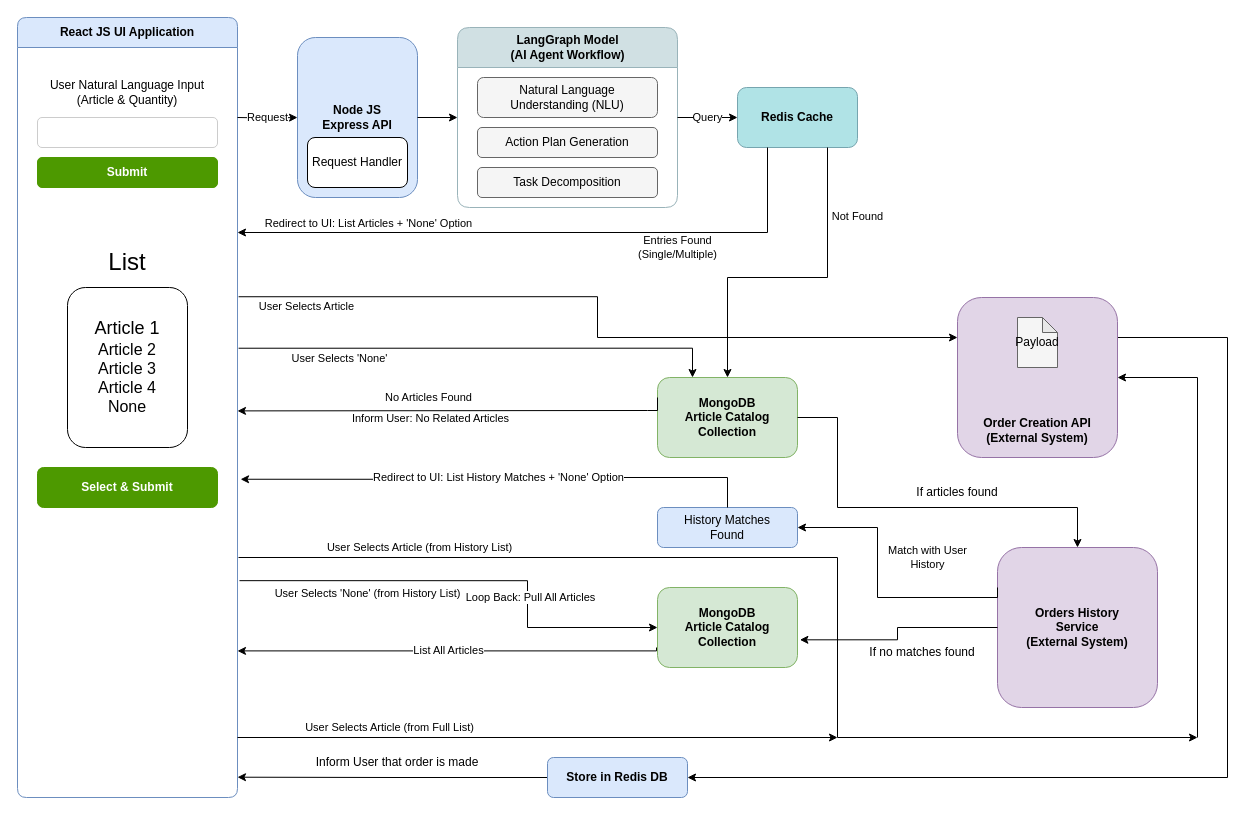
This is LangraphPOC.drawio from Uday003/ejtos-react_budget_app, a draw.io file, before an edit. Source tidied: cells renumbered, new cells numbered last; positions are measured from the earlier drawing's top-left corner, leaving out a move shared by most shapes. Both pictures are drawn from the tidied source at 100%, with x=0, y=0 at pixel (17, 17).
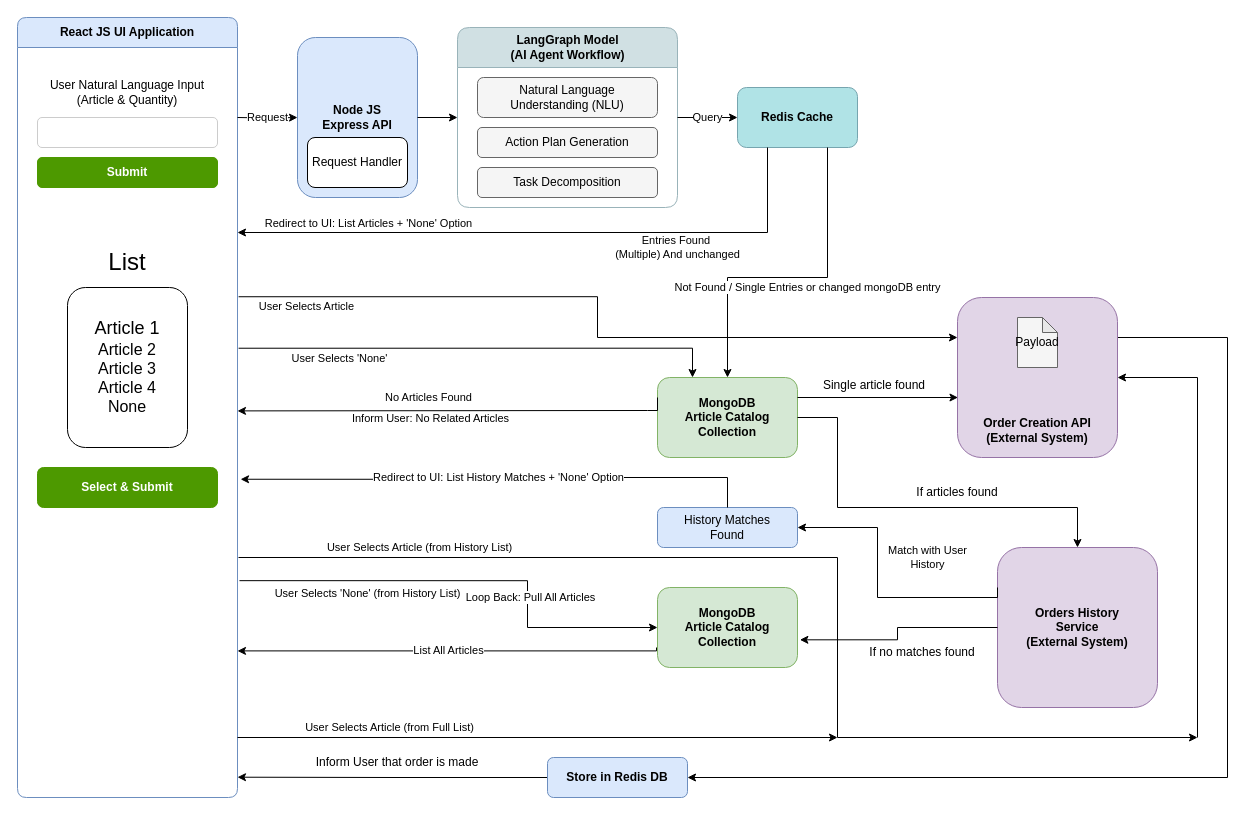
Above is the later version.

Unchanged cells that the change refers to:
```xml
<mxCell id="14" value="Redis Cache" style="rounded=1;whiteSpace=wrap;html=1;fillColor=#b0e3e6;strokeColor=#76a5af;fontStyle=1;" parent="1" vertex="1">
  <mxGeometry x="720" y="70" width="120" height="60" as="geometry" />
</mxCell>
<mxCell id="15" value="MongoDB&#10;Article Catalog&#10;Collection" style="rounded=1;whiteSpace=wrap;html=1;fillColor=#d5e8d4;strokeColor=#82b366;fontStyle=1;" parent="1" vertex="1">
  <mxGeometry x="640" y="360" width="140" height="80" as="geometry" />
</mxCell>
<mxCell id="18" value="Order Creation API&#10;(External System)" style="rounded=1;whiteSpace=wrap;html=1;fillColor=#e1d5e7;strokeColor=#9673a6;fontStyle=1;verticalAlign=bottom;spacingBottom=10;" parent="1" vertex="1">
  <mxGeometry x="940" y="280" width="160" height="160" as="geometry" />
</mxCell>
```

Diff of the diagram source:
```diff
@@
-    <mxCell id="28" value="Entries Found&#10;(Single/Multiple)" style="edgeStyle=orthogonalEdgeStyle;rounded=0;jettySize=auto;html=1;exitX=0.25;exitY=1;exitDx=0;exitDy=0;entryX=1;entryY=0.25;entryDx=0;entryDy=0;" parent="1" edge="1" source="14">
+    <mxCell id="28" value="Entries Found&amp;nbsp;&lt;br&gt;(Multiple) And unchanged" style="edgeStyle=orthogonalEdgeStyle;rounded=0;jettySize=auto;html=1;exitX=0.25;exitY=1;exitDx=0;exitDy=0;entryX=1;entryY=0.25;entryDx=0;entryDy=0;" parent="1" edge="1" source="14">
       <mxGeometry x="-0.43" y="15" relative="1" as="geometry">
         <mxPoint x="220" y="215" as="targetPoint" />
         <Array as="points">
           <mxPoint x="750" y="215" />
         </Array>
       </mxGeometry>
     </mxCell>
@@
-    <mxCell id="30" value="Not Found" style="edgeStyle=orthogonalEdgeStyle;rounded=0;jettySize=auto;html=1;exitX=0.75;exitY=1;exitDx=0;exitDy=0;entryX=0.5;entryY=0;entryDx=0;entryDy=0;" parent="1" edge="1" source="14" target="15">
-      <mxGeometry x="-0.58" y="30" relative="1" as="geometry">
+    <mxCell id="30" value="Not Found / Single Entries or changed mongoDB entry" style="edgeStyle=orthogonalEdgeStyle;rounded=0;jettySize=auto;html=1;exitX=0.75;exitY=1;exitDx=0;exitDy=0;entryX=0.5;entryY=0;entryDx=0;entryDy=0;" parent="1" edge="1" source="14" target="15">
+      <mxGeometry x="-0.09" y="10" relative="1" as="geometry">
         <Array as="points">
           <mxPoint x="810" y="260" />
           <mxPoint x="710" y="260" />
         </Array>
       </mxGeometry>
     </mxCell>
@@
+    <mxCell id="48" style="edgeStyle=orthogonalEdgeStyle;rounded=0;jettySize=auto;html=1;exitX=1;exitY=0.25;exitDx=0;exitDy=0;entryX=0.003;entryY=0.625;entryDx=0;entryDy=0;entryPerimeter=0;" parent="1" edge="1" source="15" target="18">
+      <mxGeometry relative="1" as="geometry" />
+    </mxCell>
+    <mxCell id="49" value="Single article found&lt;div&gt;&lt;br&gt;&lt;/div&gt;" style="text;html=1;whiteSpace=wrap;strokeColor=none;fillColor=none;align=center;verticalAlign=middle;rounded=0;" parent="1" vertex="1">
+      <mxGeometry x="787" y="360" width="140" height="30" as="geometry" />
+    </mxCell>
```
